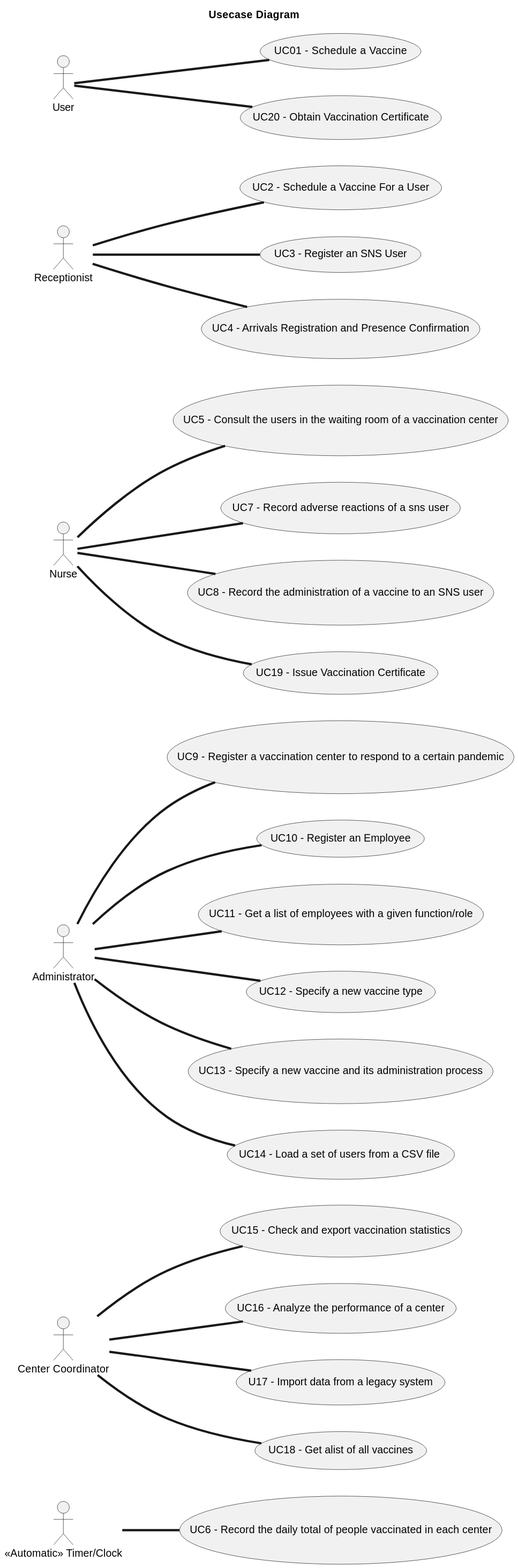
Earlier version of the PlantUML export docs/SprintD/UCD.svg (Pirussa/lei-22-s2-1da-g02).
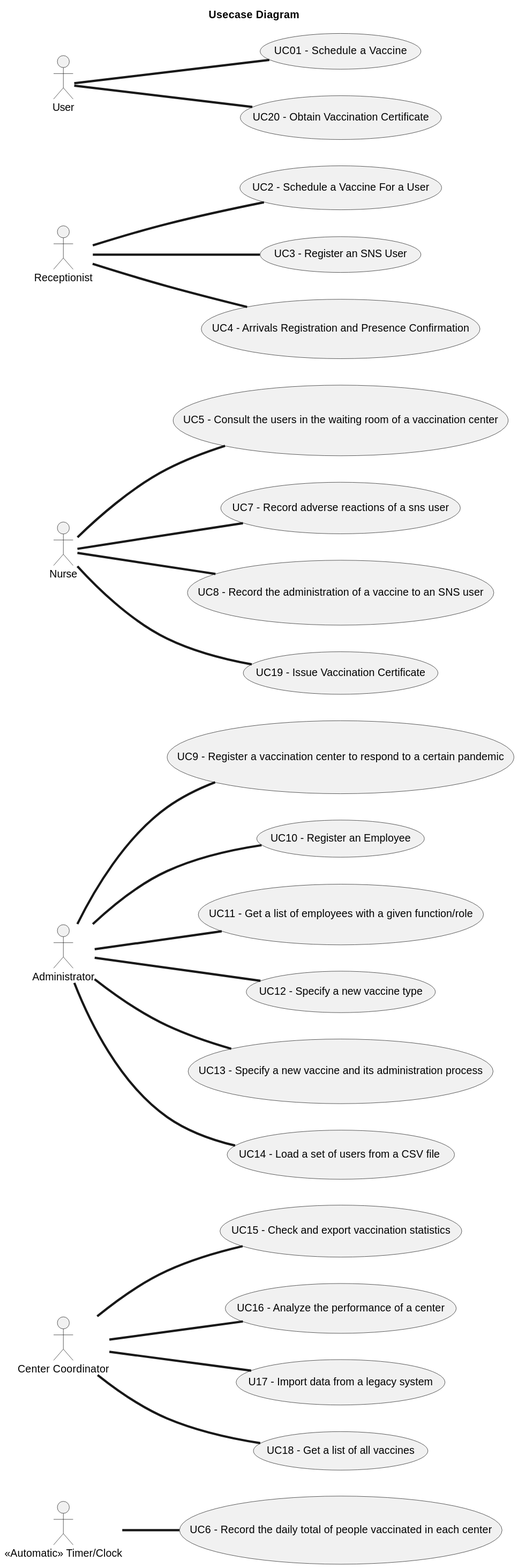
After the commit.

Change to the diagram source:
```diff
@@ -17,7 +17,7 @@
 Usecase UC15 as "UC15 - Check and export vaccination statistics"
 Usecase UC16 as "UC16 - Analyze the performance of a center"
 Usecase UC17 as "U17 - Import data from a legacy system"
-Usecase UC18 as "UC18 - Get alist of all vaccines"
+Usecase UC18 as "UC18 - Get a list of all vaccines"
 
 :Center Coordinator: as CC
 
```
